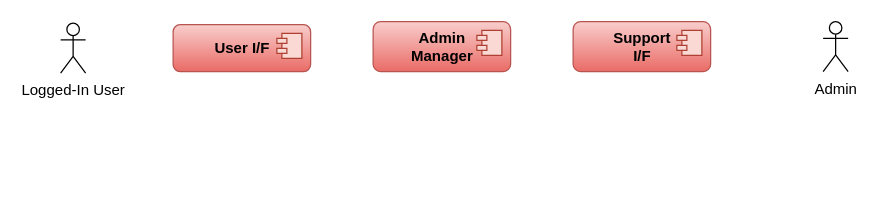
Before: page "SAD SUC-2" (3 of 3) of SAD Sequence Diagrams.drawio in Itaybarbar/myProject, a draw.io diagram. Source tidied: cells renumbered, new cells numbered last; positions are measured from the earlier drawing's top-left corner, leaving out a move shared by most shapes. Both pictures are drawn from the tidied source at 125%, with x=0, y=0 at pixel (60, 21).
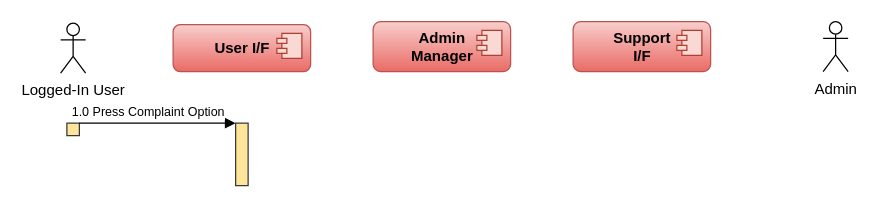
After the change.

Diff of the diagram source:
```diff
@@
 <mxGraphModel>
   <root>
     <mxCell id="0" />
     <mxCell id="1" parent="0" />
     <mxCell id="2" value="Logged-In User" style="shape=umlActor;verticalLabelPosition=bottom;verticalAlign=top;html=1;" parent="1" vertex="1">
       <mxGeometry y="1" width="20" height="40" as="geometry" />
     </mxCell>
     <mxCell id="3" value="&lt;font size=&quot;1&quot;&gt;&lt;b style=&quot;font-size: 12px&quot;&gt;User I/F&lt;/b&gt;&lt;/font&gt;" style="html=1;rounded=1;strokeWidth=1;fillColor=#f8cecc;gradientColor=#ea6b66;strokeColor=#b85450;" parent="1" vertex="1">
       <mxGeometry x="90" y="2.2" width="110" height="37.5" as="geometry" />
     </mxCell>
     <mxCell id="4" style="shape=module;jettyWidth=8;jettyHeight=4;fillColor=#fad9d5;strokeColor=#ae4132;" parent="3" vertex="1">
       <mxGeometry x="1" width="20" height="20" relative="1" as="geometry">
         <mxPoint x="-27" y="7" as="offset" />
       </mxGeometry>
     </mxCell>
     <mxCell id="5" value="&lt;div&gt;&lt;b&gt;&lt;font style=&quot;font-size: 12px&quot;&gt;Admin&lt;/font&gt;&lt;/b&gt;&lt;/div&gt;&lt;div&gt;&lt;b&gt;&lt;font style=&quot;font-size: 12px&quot;&gt;Manager&lt;/font&gt;&lt;/b&gt;&lt;/div&gt;" style="html=1;rounded=1;strokeWidth=1;fillColor=#f8cecc;gradientColor=#ea6b66;strokeColor=#b85450;align=center;" parent="1" vertex="1">
       <mxGeometry x="250" y="-0.2" width="110" height="40" as="geometry" />
     </mxCell>
     <mxCell id="6" style="shape=module;jettyWidth=8;jettyHeight=4;fillColor=#fad9d5;strokeColor=#ae4132;" parent="5" vertex="1">
       <mxGeometry x="1" width="20" height="20" relative="1" as="geometry">
         <mxPoint x="-27" y="7" as="offset" />
       </mxGeometry>
     </mxCell>
     <mxCell id="7" value="Admin" style="shape=umlActor;verticalLabelPosition=bottom;verticalAlign=top;html=1;" parent="1" vertex="1">
       <mxGeometry x="610" y="-0.2" width="20" height="40" as="geometry" />
     </mxCell>
     <mxCell id="8" value="&lt;div&gt;&lt;b&gt;&lt;font style=&quot;font-size: 12px&quot;&gt;Support&lt;/font&gt;&lt;/b&gt;&lt;/div&gt;&lt;div&gt;&lt;b&gt;&lt;font style=&quot;font-size: 12px&quot;&gt;I/F&lt;/font&gt;&lt;/b&gt;&lt;/div&gt;" style="html=1;rounded=1;strokeWidth=1;fillColor=#f8cecc;gradientColor=#ea6b66;strokeColor=#b85450;align=center;" parent="1" vertex="1">
       <mxGeometry x="410" y="-0.2" width="110" height="40" as="geometry" />
     </mxCell>
     <mxCell id="9" style="shape=module;jettyWidth=8;jettyHeight=4;fillColor=#fad9d5;strokeColor=#ae4132;" parent="8" vertex="1">
       <mxGeometry x="1" width="20" height="20" relative="1" as="geometry">
         <mxPoint x="-27" y="7" as="offset" />
       </mxGeometry>
     </mxCell>
+    <mxCell id="10" style="html=1;perimeter=orthogonalPerimeter;fillColor=#FFE599;strokeColor=#36393d;" parent="1" vertex="1">
+      <mxGeometry x="5" y="81" width="10" height="10" as="geometry" />
+    </mxCell>
+    <mxCell id="11" value="&lt;font style=&quot;font-size: 10px&quot;&gt;1.0 Press Complaint Option&lt;/font&gt;" style="html=1;verticalAlign=bottom;endArrow=block;entryX=0;entryY=0;rounded=0;" parent="1" edge="1">
+      <mxGeometry x="-0.12" relative="1" as="geometry">
+        <mxPoint x="15" y="81" as="sourcePoint" />
+        <mxPoint x="140" y="81" as="targetPoint" />
+      </mxGeometry>
+    </mxCell>
+    <mxCell id="12" style="html=1;perimeter=orthogonalPerimeter;fillColor=#FFE599;strokeColor=#36393d;" parent="1" vertex="1">
+      <mxGeometry x="140" y="81" width="10" height="50" as="geometry" />
+    </mxCell>
   </root>
 </mxGraphModel>
```
